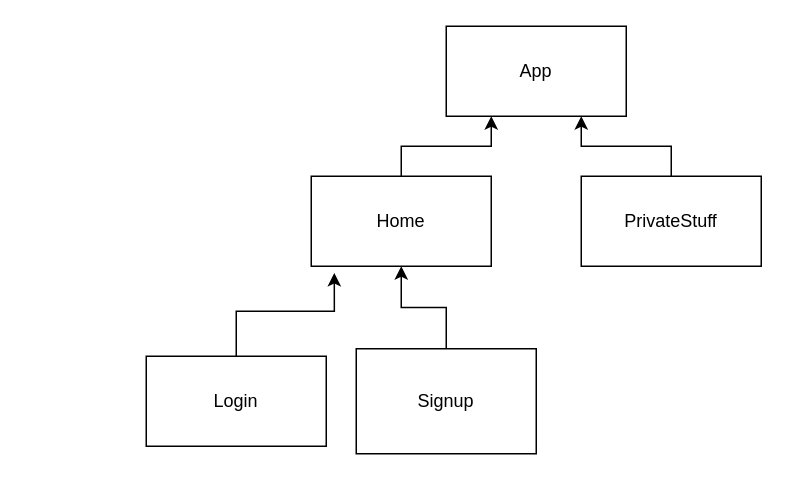
Earlier version of the draw.io diagram tree.drawio (rockettown1/React_Basic_Auth_Demo). Source tidied: cells renumbered, new cells numbered last; positions are measured from the earlier drawing's top-left corner, leaving out a move shared by most shapes. Both pictures are drawn from the tidied source at 150%, with x=0, y=0 at pixel (146, 26).
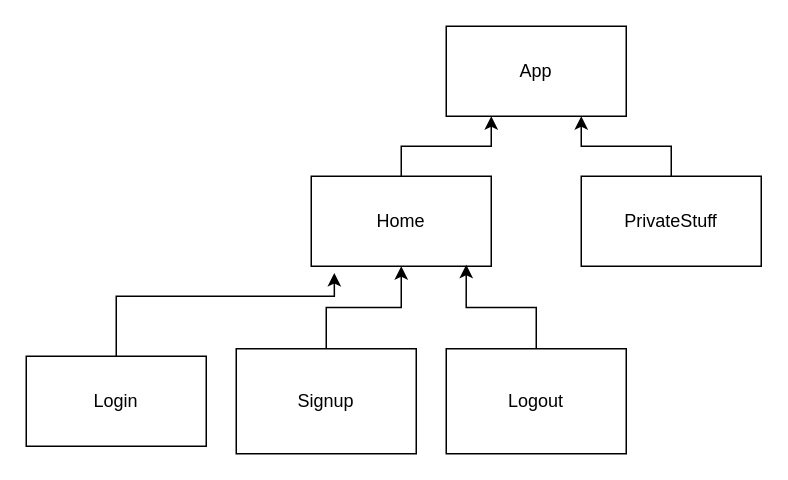
The same diagram, later.

The edit, as a diff of the source:
```diff
@@
 <mxGraphModel>
   <root>
     <mxCell id="0" />
     <mxCell id="1" parent="0" />
     <mxCell id="2" value="App" style="rounded=0;whiteSpace=wrap;html=1;" parent="1" vertex="1">
       <mxGeometry x="200" width="120" height="60" as="geometry" />
     </mxCell>
     <mxCell id="3" style="edgeStyle=orthogonalEdgeStyle;rounded=0;jettySize=auto;html=1;entryX=0.25;entryY=1;entryDx=0;entryDy=0;" parent="1" edge="1" source="4" target="2">
       <mxGeometry relative="1" as="geometry" />
     </mxCell>
     <mxCell id="4" value="Home" style="rounded=0;whiteSpace=wrap;html=1;" parent="1" vertex="1">
       <mxGeometry x="110" y="100" width="120" height="60" as="geometry" />
     </mxCell>
     <mxCell id="5" style="edgeStyle=orthogonalEdgeStyle;rounded=0;jettySize=auto;html=1;entryX=0.75;entryY=1;entryDx=0;entryDy=0;" parent="1" edge="1" source="6" target="2">
       <mxGeometry relative="1" as="geometry" />
     </mxCell>
     <mxCell id="6" value="PrivateStuff" style="rounded=0;whiteSpace=wrap;html=1;" parent="1" vertex="1">
       <mxGeometry x="290" y="100" width="120" height="60" as="geometry" />
     </mxCell>
     <mxCell id="7" style="edgeStyle=orthogonalEdgeStyle;rounded=0;jettySize=auto;html=1;entryX=0.128;entryY=1.075;entryDx=0;entryDy=0;entryPerimeter=0;" parent="1" edge="1" source="8" target="4">
-      <mxGeometry relative="1" as="geometry" />
+      <mxGeometry relative="1" as="geometry">
+        <Array as="points">
+          <mxPoint x="-20" y="180" />
+          <mxPoint x="125" y="180" />
+        </Array>
+      </mxGeometry>
     </mxCell>
     <mxCell id="8" value="Login" style="rounded=0;whiteSpace=wrap;html=1;" parent="1" vertex="1">
-      <mxGeometry y="220" width="120" height="60" as="geometry" />
+      <mxGeometry x="-80" y="220" width="120" height="60" as="geometry" />
     </mxCell>
     <mxCell id="9" style="edgeStyle=orthogonalEdgeStyle;rounded=0;jettySize=auto;html=1;" parent="1" edge="1" source="10" target="4">
       <mxGeometry relative="1" as="geometry" />
     </mxCell>
     <mxCell id="10" value="Signup" style="rounded=0;whiteSpace=wrap;html=1;" parent="1" vertex="1">
-      <mxGeometry x="140" y="215" width="120" height="70" as="geometry" />
+      <mxGeometry x="60" y="215" width="120" height="70" as="geometry" />
     </mxCell>
+    <mxCell id="11" style="edgeStyle=orthogonalEdgeStyle;rounded=0;jettySize=auto;html=1;entryX=0.861;entryY=0.983;entryDx=0;entryDy=0;entryPerimeter=0;" parent="1" edge="1" source="12" target="4">
+      <mxGeometry relative="1" as="geometry" />
+    </mxCell>
+    <mxCell id="12" value="Logout" style="rounded=0;whiteSpace=wrap;html=1;" parent="1" vertex="1">
+      <mxGeometry x="200" y="215" width="120" height="70" as="geometry" />
+    </mxCell>
   </root>
 </mxGraphModel>
```
